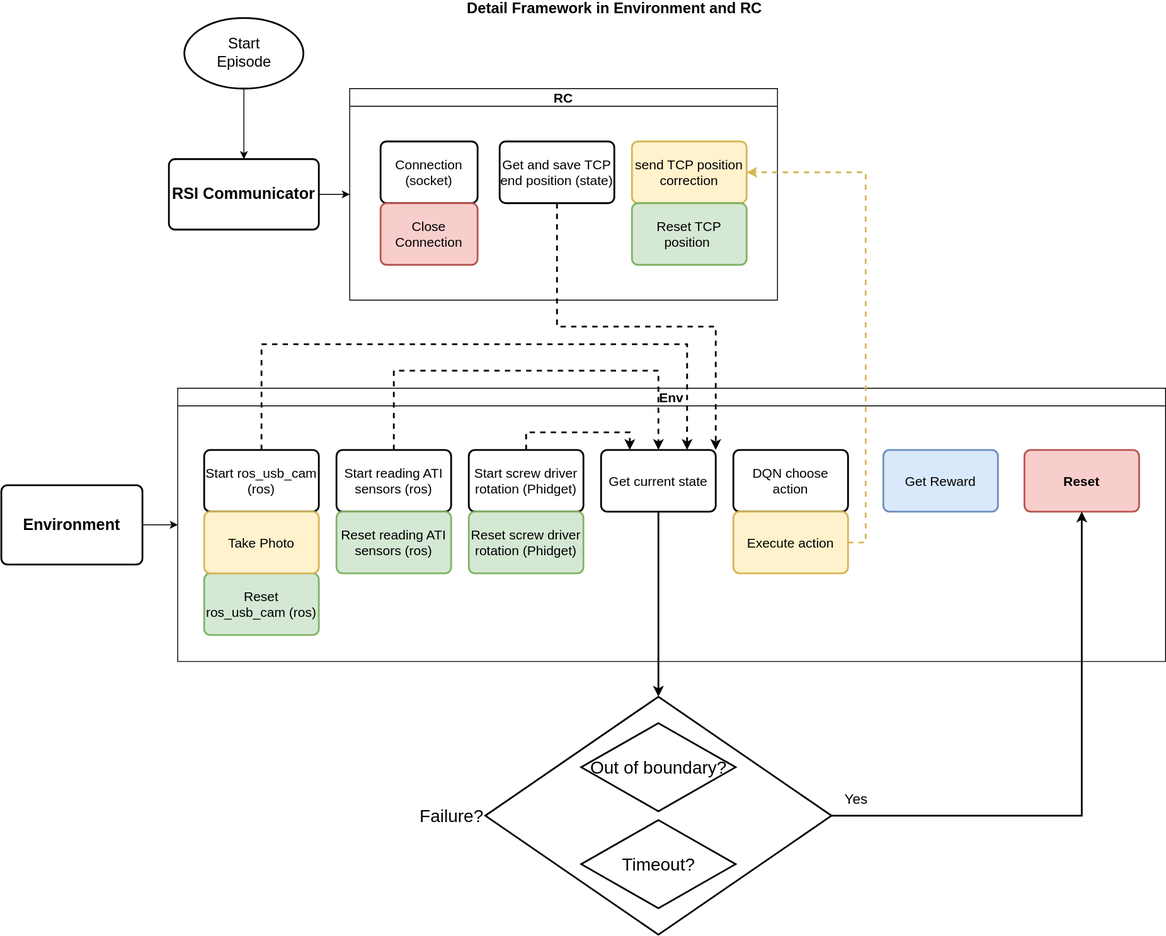
The draw.io diagram Detail_framework.svg in TONiiV/flowcharts, before a commit. Source tidied: cells renumbered, new cells last; positions are measured from the earlier drawing's top-left corner, leaving out a move shared by most shapes.
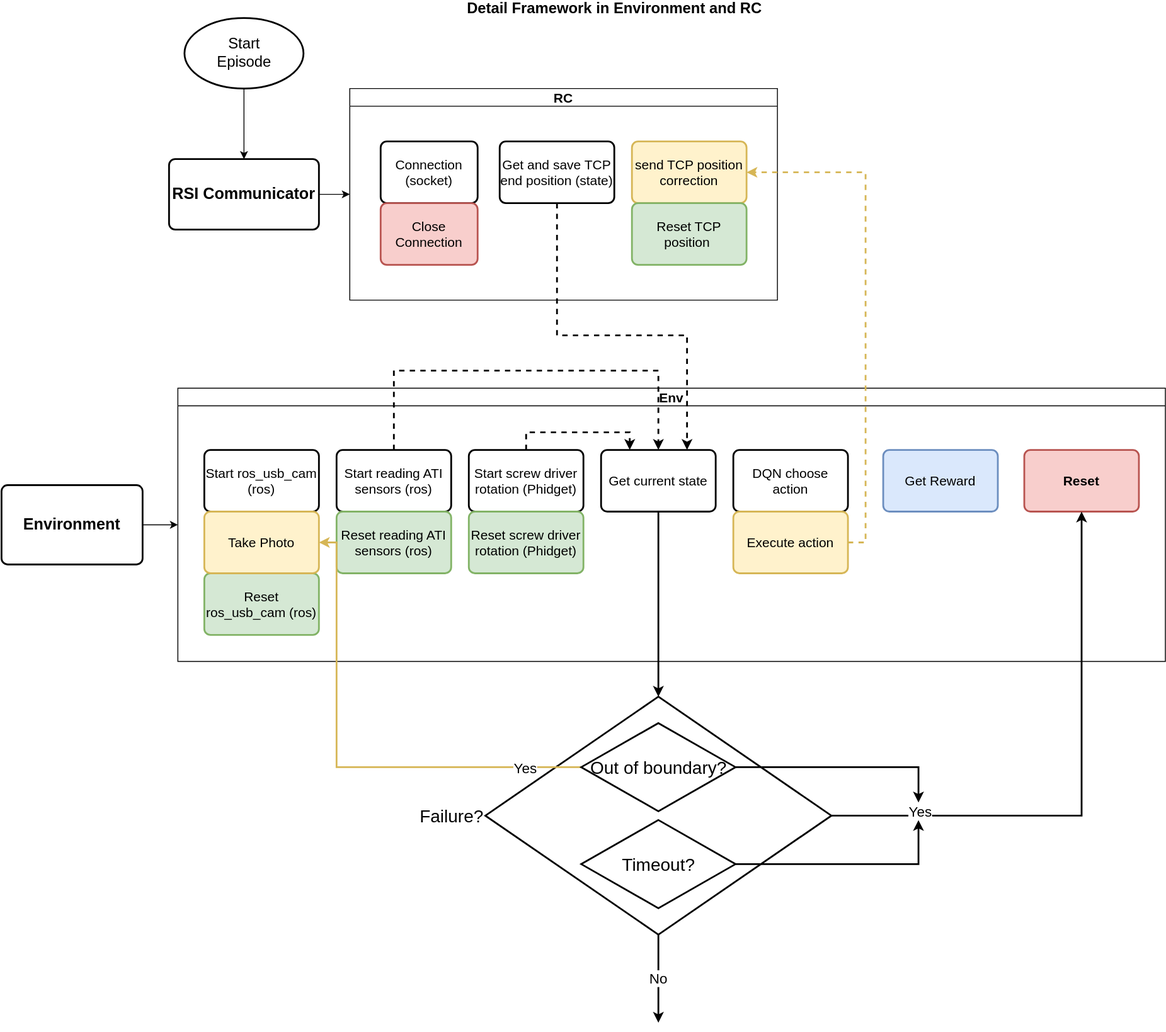
Later version of the same file.

Diff of the diagram source:
```diff
@@ -44,14 +44,6 @@
     <mxCell id="15" value="Env" style="swimlane;fontSize=15;startSize=20;" parent="1" vertex="1">
       <mxGeometry x="200" y="440" width="1120" height="310" as="geometry" />
     </mxCell>
-    <mxCell id="16" style="edgeStyle=orthogonalEdgeStyle;rounded=0;jumpStyle=arc;jettySize=auto;html=1;entryX=0.75;entryY=0;entryDx=0;entryDy=0;dashed=1;fontSize=15;strokeWidth=2;" parent="15" edge="1" source="17" target="20">
-      <mxGeometry relative="1" as="geometry">
-        <Array as="points">
-          <mxPoint x="95" y="-50" />
-          <mxPoint x="578" y="-50" />
-        </Array>
-      </mxGeometry>
-    </mxCell>
     <mxCell id="17" value="Start ros_usb_cam (ros)" style="rounded=1;whiteSpace=wrap;html=1;absoluteArcSize=1;arcSize=14;strokeWidth=2;fontSize=15;" parent="15" vertex="1">
       <mxGeometry x="30" y="70" width="130" height="70" as="geometry" />
     </mxCell>
@@ -99,8 +91,13 @@
     <mxCell id="30" value="Get Reward" style="rounded=1;whiteSpace=wrap;html=1;absoluteArcSize=1;arcSize=14;strokeWidth=2;fontSize=15;fillColor=#dae8fc;strokeColor=#6c8ebf;" parent="15" vertex="1">
       <mxGeometry x="800" y="70" width="130" height="70" as="geometry" />
     </mxCell>
-    <mxCell id="31" style="edgeStyle=orthogonalEdgeStyle;rounded=0;jettySize=auto;html=1;exitX=0.5;exitY=1;exitDx=0;exitDy=0;fontSize=15;dashed=1;strokeWidth=2;jumpStyle=arc;entryX=1;entryY=0;entryDx=0;entryDy=0;" parent="1" edge="1" source="11" target="20">
-      <mxGeometry relative="1" as="geometry" />
+    <mxCell id="31" style="edgeStyle=orthogonalEdgeStyle;rounded=0;jettySize=auto;html=1;exitX=0.5;exitY=1;exitDx=0;exitDy=0;fontSize=15;dashed=1;strokeWidth=2;jumpStyle=arc;entryX=0.75;entryY=0;entryDx=0;entryDy=0;" parent="1" edge="1" source="11" target="20">
+      <mxGeometry relative="1" as="geometry">
+        <Array as="points">
+          <mxPoint x="630" y="380" />
+          <mxPoint x="778" y="380" />
+        </Array>
+      </mxGeometry>
     </mxCell>
     <mxCell id="32" style="edgeStyle=orthogonalEdgeStyle;rounded=0;jumpStyle=arc;jettySize=auto;html=1;entryX=1;entryY=0.5;entryDx=0;entryDy=0;dashed=1;fontSize=15;strokeWidth=2;fillColor=#fff2cc;strokeColor=#d6b656;" parent="1" edge="1" source="29" target="12">
       <mxGeometry relative="1" as="geometry">
@@ -115,15 +112,49 @@
     </mxCell>
     <mxCell id="34" value="&lt;font style=&quot;font-size: 16px&quot;&gt;Yes&lt;/font&gt;" style="edgeLabel;html=1;align=center;verticalAlign=middle;fontSize=14;fontColor=none;" parent="33" vertex="1">
       <mxGeometry x="-0.49" y="5" relative="1" as="geometry">
-        <mxPoint x="-132" y="-15" as="offset" />
+        <mxPoint x="-60" as="offset" />
       </mxGeometry>
     </mxCell>
+    <mxCell id="39" value="&lt;div&gt;No&lt;/div&gt;" style="edgeStyle=orthogonalEdgeStyle;rounded=0;jumpStyle=arc;jettySize=auto;html=1;fontSize=16;fontColor=none;strokeWidth=2;" parent="1" edge="1" source="35">
+      <mxGeometry relative="1" as="geometry">
+        <mxPoint x="745" y="1160" as="targetPoint" />
+      </mxGeometry>
+    </mxCell>
     <mxCell id="35" value="&lt;font style=&quot;font-size: 20px&quot;&gt;Failure?&lt;/font&gt;" style="strokeWidth=2;html=1;shape=mxgraph.flowchart.decision;whiteSpace=wrap;fontSize=15;align=right;verticalAlign=middle;labelPosition=left;verticalLabelPosition=middle;" parent="1" vertex="1">
       <mxGeometry x="548.8" y="790" width="392.5" height="270" as="geometry" />
     </mxCell>
+    <mxCell id="40" style="edgeStyle=orthogonalEdgeStyle;rounded=0;jumpStyle=arc;jettySize=auto;html=1;entryX=1;entryY=0.5;entryDx=0;entryDy=0;fontSize=16;fontColor=none;strokeWidth=2;fillColor=#fff2cc;strokeColor=#d6b656;" parent="1" edge="1" source="36" target="27">
+      <mxGeometry relative="1" as="geometry">
+        <Array as="points">
+          <mxPoint x="380" y="870" />
+          <mxPoint x="380" y="615" />
+        </Array>
+      </mxGeometry>
+    </mxCell>
+    <mxCell id="41" value="Yes" style="edgeLabel;html=1;align=center;verticalAlign=middle;fontSize=16;fontColor=none;" parent="40" vertex="1">
+      <mxGeometry x="-0.82" y="1" relative="1" as="geometry">
+        <mxPoint x="-14" y="-1" as="offset" />
+      </mxGeometry>
+    </mxCell>
+    <mxCell id="42" style="edgeStyle=orthogonalEdgeStyle;rounded=0;jumpStyle=arc;jettySize=auto;html=1;fontSize=16;fontColor=none;strokeWidth=2;exitX=1;exitY=0.5;exitDx=0;exitDy=0;exitPerimeter=0;" parent="1" edge="1" source="36">
+      <mxGeometry relative="1" as="geometry">
+        <mxPoint x="1040" y="910" as="targetPoint" />
+        <Array as="points">
+          <mxPoint x="1040" y="870" />
+        </Array>
+      </mxGeometry>
+    </mxCell>
     <mxCell id="36" value="Out of boundary? " style="strokeWidth=2;html=1;shape=mxgraph.flowchart.decision;whiteSpace=wrap;fontSize=20;fontColor=none;" parent="1" vertex="1">
       <mxGeometry x="657.5" y="820" width="175" height="100" as="geometry" />
     </mxCell>
+    <mxCell id="43" style="edgeStyle=orthogonalEdgeStyle;rounded=0;jumpStyle=arc;jettySize=auto;html=1;fontSize=16;fontColor=none;strokeWidth=2;" parent="1" edge="1" source="37">
+      <mxGeometry relative="1" as="geometry">
+        <mxPoint x="1040" y="930" as="targetPoint" />
+        <Array as="points">
+          <mxPoint x="1040" y="980" />
+        </Array>
+      </mxGeometry>
+    </mxCell>
     <mxCell id="37" value="Timeout?" style="strokeWidth=2;html=1;shape=mxgraph.flowchart.decision;whiteSpace=wrap;fontSize=20;fontColor=none;" parent="1" vertex="1">
       <mxGeometry x="657.5" y="930" width="175" height="100" as="geometry" />
     </mxCell>
```
